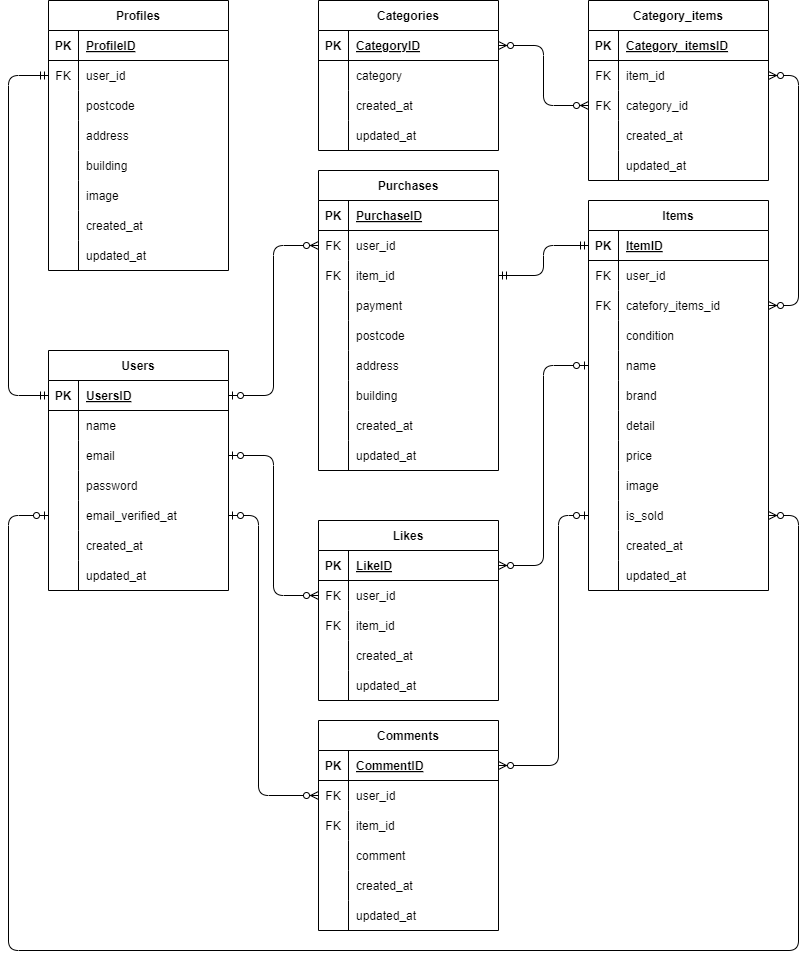
Earlier version of the draw.io export ER.drawio.png (orochan89/flea-market-app). Source tidied: cells renumbered, new cells last; positions are measured from the earlier drawing's top-left corner, leaving out a move shared by most shapes.
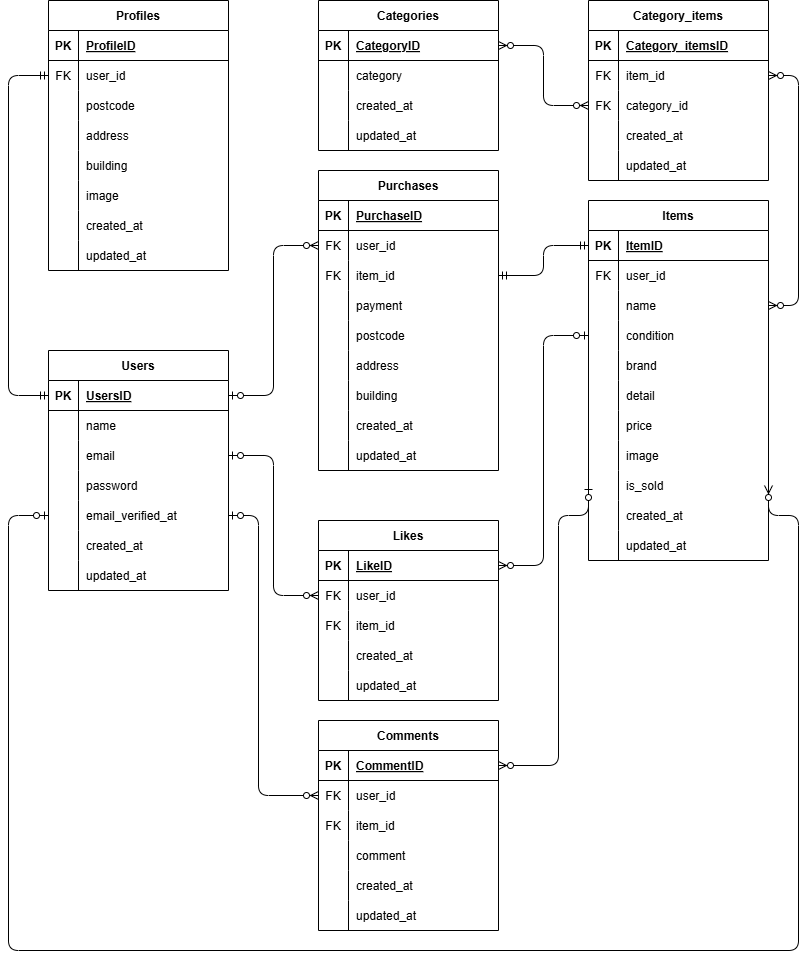
The same file after the commit.

Diff of the diagram source:
```diff
@@ -69,7 +69,7 @@
       <mxGeometry x="30" width="150" height="30" as="geometry" />
     </mxCell>
     <mxCell id="24" value="Items" style="shape=table;startSize=30;rowLines=0;fontStyle=1;align=center;" parent="1" vertex="1">
-      <mxGeometry x="580" y="200" width="180" height="390" as="geometry" />
+      <mxGeometry x="580" y="200" width="180" height="360" as="geometry" />
     </mxCell>
     <mxCell id="25" style="shape=tableRow;horizontal=0;startSize=0;swimlaneHead=0;swimlaneBody=0;fillColor=none;points=[[0,0.5],[1,0.5]];portConstraint=eastwest;top=0;left=0;right=0;bottom=1;" parent="24" vertex="1">
       <mxGeometry y="30" width="180" height="30" as="geometry" />
@@ -89,35 +89,26 @@
     <mxCell id="30" value="user_id" style="shape=partialRectangle;fillColor=none;top=0;left=0;bottom=0;right=0;align=left;spacingLeft=6;overflow=hidden;" parent="28" vertex="1">
       <mxGeometry x="30" width="150" height="30" as="geometry" />
     </mxCell>
-    <mxCell id="31" style="shape=tableRow;horizontal=0;startSize=0;swimlaneHead=0;swimlaneBody=0;fillColor=none;points=[[0,0.5],[1,0.5]];portConstraint=eastwest;top=0;left=0;right=0;bottom=0;" parent="24" vertex="1">
-      <mxGeometry y="90" width="180" height="30" as="geometry" />
-    </mxCell>
-    <mxCell id="32" value="FK" style="shape=partialRectangle;fillColor=none;top=0;left=0;bottom=0;right=0;overflow=hidden;" parent="31" vertex="1">
-      <mxGeometry width="30" height="30" as="geometry" />
-    </mxCell>
-    <mxCell id="33" value="catefory_items_id" style="shape=partialRectangle;fillColor=none;top=0;left=0;bottom=0;right=0;align=left;spacingLeft=6;overflow=hidden;" parent="31" vertex="1">
-      <mxGeometry x="30" width="150" height="30" as="geometry" />
-    </mxCell>
     <mxCell id="34" style="shape=tableRow;horizontal=0;startSize=0;swimlaneHead=0;swimlaneBody=0;fillColor=none;top=0;left=0;right=0;bottom=0;" parent="24" vertex="1">
-      <mxGeometry y="120" width="180" height="30" as="geometry" />
+      <mxGeometry y="90" width="180" height="30" as="geometry" />
     </mxCell>
     <mxCell id="35" style="shape=partialRectangle;fillColor=none;top=0;left=0;bottom=0;right=0;overflow=hidden;" parent="34" vertex="1">
       <mxGeometry width="30" height="30" as="geometry" />
     </mxCell>
-    <mxCell id="36" value="condition" style="shape=partialRectangle;fillColor=none;top=0;left=0;bottom=0;right=0;align=left;spacingLeft=6;overflow=hidden;" parent="34" vertex="1">
+    <mxCell id="36" value="name" style="shape=partialRectangle;fillColor=none;top=0;left=0;bottom=0;right=0;align=left;spacingLeft=6;overflow=hidden;" parent="34" vertex="1">
       <mxGeometry x="30" width="150" height="30" as="geometry" />
     </mxCell>
     <mxCell id="37" style="shape=tableRow;horizontal=0;startSize=0;swimlaneHead=0;swimlaneBody=0;fillColor=none;points=[[0,0.5],[1,0.5]];portConstraint=eastwest;top=0;left=0;right=0;bottom=0;" parent="24" vertex="1">
-      <mxGeometry y="150" width="180" height="30" as="geometry" />
+      <mxGeometry y="120" width="180" height="30" as="geometry" />
     </mxCell>
     <mxCell id="38" style="shape=partialRectangle;fillColor=none;top=0;left=0;bottom=0;right=0;overflow=hidden;" parent="37" vertex="1">
       <mxGeometry width="30" height="30" as="geometry" />
     </mxCell>
-    <mxCell id="39" value="name" style="shape=partialRectangle;fillColor=none;top=0;left=0;bottom=0;right=0;align=left;spacingLeft=6;overflow=hidden;" parent="37" vertex="1">
+    <mxCell id="39" value="condition" style="shape=partialRectangle;fillColor=none;top=0;left=0;bottom=0;right=0;align=left;spacingLeft=6;overflow=hidden;" parent="37" vertex="1">
       <mxGeometry x="30" width="150" height="30" as="geometry" />
     </mxCell>
     <mxCell id="40" style="shape=tableRow;horizontal=0;startSize=0;swimlaneHead=0;swimlaneBody=0;fillColor=none;top=0;left=0;right=0;bottom=0;" parent="24" vertex="1">
-      <mxGeometry y="180" width="180" height="30" as="geometry" />
+      <mxGeometry y="150" width="180" height="30" as="geometry" />
     </mxCell>
     <mxCell id="41" style="shape=partialRectangle;fillColor=none;top=0;left=0;bottom=0;right=0;overflow=hidden;" parent="40" vertex="1">
       <mxGeometry width="30" height="30" as="geometry" />
@@ -126,7 +117,7 @@
       <mxGeometry x="30" width="150" height="30" as="geometry" />
     </mxCell>
     <mxCell id="43" style="shape=tableRow;horizontal=0;startSize=0;swimlaneHead=0;swimlaneBody=0;fillColor=none;top=0;left=0;right=0;bottom=0;" parent="24" vertex="1">
-      <mxGeometry y="210" width="180" height="30" as="geometry" />
+      <mxGeometry y="180" width="180" height="30" as="geometry" />
     </mxCell>
     <mxCell id="44" style="shape=partialRectangle;fillColor=none;top=0;left=0;bottom=0;right=0;overflow=hidden;" parent="43" vertex="1">
       <mxGeometry width="30" height="30" as="geometry" />
@@ -135,7 +126,7 @@
       <mxGeometry x="30" width="150" height="30" as="geometry" />
     </mxCell>
     <mxCell id="46" style="shape=tableRow;horizontal=0;startSize=0;swimlaneHead=0;swimlaneBody=0;fillColor=none;top=0;left=0;right=0;bottom=0;" parent="24" vertex="1">
-      <mxGeometry y="240" width="180" height="30" as="geometry" />
+      <mxGeometry y="210" width="180" height="30" as="geometry" />
     </mxCell>
     <mxCell id="47" style="shape=partialRectangle;fillColor=none;top=0;left=0;bottom=0;right=0;overflow=hidden;" parent="46" vertex="1">
       <mxGeometry width="30" height="30" as="geometry" />
@@ -144,7 +135,7 @@
       <mxGeometry x="30" width="150" height="30" as="geometry" />
     </mxCell>
     <mxCell id="49" style="shape=tableRow;horizontal=0;startSize=0;swimlaneHead=0;swimlaneBody=0;fillColor=none;top=0;left=0;right=0;bottom=0;" parent="24" vertex="1">
-      <mxGeometry y="270" width="180" height="30" as="geometry" />
+      <mxGeometry y="240" width="180" height="30" as="geometry" />
     </mxCell>
     <mxCell id="50" style="shape=partialRectangle;fillColor=none;top=0;left=0;bottom=0;right=0;overflow=hidden;" parent="49" vertex="1">
       <mxGeometry width="30" height="30" as="geometry" />
@@ -153,7 +144,7 @@
       <mxGeometry x="30" width="150" height="30" as="geometry" />
     </mxCell>
     <mxCell id="52" style="shape=tableRow;horizontal=0;startSize=0;swimlaneHead=0;swimlaneBody=0;fillColor=none;points=[[0,0.5],[1,0.5]];portConstraint=eastwest;top=0;left=0;right=0;bottom=0;" parent="24" vertex="1">
-      <mxGeometry y="300" width="180" height="30" as="geometry" />
+      <mxGeometry y="270" width="180" height="30" as="geometry" />
     </mxCell>
     <mxCell id="53" style="shape=partialRectangle;fillColor=none;top=0;left=0;bottom=0;right=0;overflow=hidden;" parent="52" vertex="1">
       <mxGeometry width="30" height="30" as="geometry" />
@@ -162,7 +153,7 @@
       <mxGeometry x="30" width="150" height="30" as="geometry" />
     </mxCell>
     <mxCell id="55" style="shape=tableRow;horizontal=0;startSize=0;swimlaneHead=0;swimlaneBody=0;fillColor=none;top=0;left=0;right=0;bottom=0;" parent="24" vertex="1">
-      <mxGeometry y="330" width="180" height="30" as="geometry" />
+      <mxGeometry y="300" width="180" height="30" as="geometry" />
     </mxCell>
     <mxCell id="56" style="shape=partialRectangle;fillColor=none;top=0;left=0;bottom=0;right=0;overflow=hidden;" parent="55" vertex="1">
       <mxGeometry width="30" height="30" as="geometry" />
@@ -171,7 +162,7 @@
       <mxGeometry x="30" width="150" height="30" as="geometry" />
     </mxCell>
     <mxCell id="58" style="shape=tableRow;horizontal=0;startSize=0;swimlaneHead=0;swimlaneBody=0;fillColor=none;top=0;left=0;right=0;bottom=0;" parent="24" vertex="1">
-      <mxGeometry y="360" width="180" height="30" as="geometry" />
+      <mxGeometry y="330" width="180" height="30" as="geometry" />
     </mxCell>
     <mxCell id="59" style="shape=partialRectangle;fillColor=none;top=0;left=0;bottom=0;right=0;overflow=hidden;" parent="58" vertex="1">
       <mxGeometry width="30" height="30" as="geometry" />
@@ -533,8 +524,10 @@
     <mxCell id="178" style="edgeStyle=orthogonalEdgeStyle;fontSize=12;html=1;endArrow=ERzeroToMany;endFill=1;startArrow=ERzeroToMany;exitX=1;exitY=0.5;exitDx=0;exitDy=0;entryX=0;entryY=0.5;entryDx=0;entryDy=0;" parent="1" edge="1" source="125" target="169">
       <mxGeometry relative="1" as="geometry" />
     </mxCell>
-    <mxCell id="179" style="edgeStyle=entityRelationEdgeStyle;fontSize=12;html=1;endArrow=ERzeroToMany;endFill=1;startArrow=ERzeroToMany;entryX=1;entryY=0.5;entryDx=0;entryDy=0;exitX=1;exitY=0.5;exitDx=0;exitDy=0;" parent="1" edge="1" source="31" target="166">
-      <mxGeometry relative="1" as="geometry" />
+    <mxCell id="179" style="edgeStyle=entityRelationEdgeStyle;fontSize=12;html=1;endArrow=ERzeroToMany;endFill=1;startArrow=ERzeroToMany;entryX=1;entryY=0.5;entryDx=0;entryDy=0;exitX=1;exitY=0.5;exitDx=0;exitDy=0;" parent="1" edge="1" target="166">
+      <mxGeometry relative="1" as="geometry">
+        <mxPoint x="760" y="305" as="sourcePoint" />
+      </mxGeometry>
     </mxCell>
     <mxCell id="180" style="edgeStyle=orthogonalEdgeStyle;fontSize=12;html=1;endArrow=ERmandOne;startArrow=ERmandOne;exitX=0;exitY=0.5;exitDx=0;exitDy=0;" parent="1" edge="1" source="3">
       <mxGeometry relative="1" as="geometry">
```
